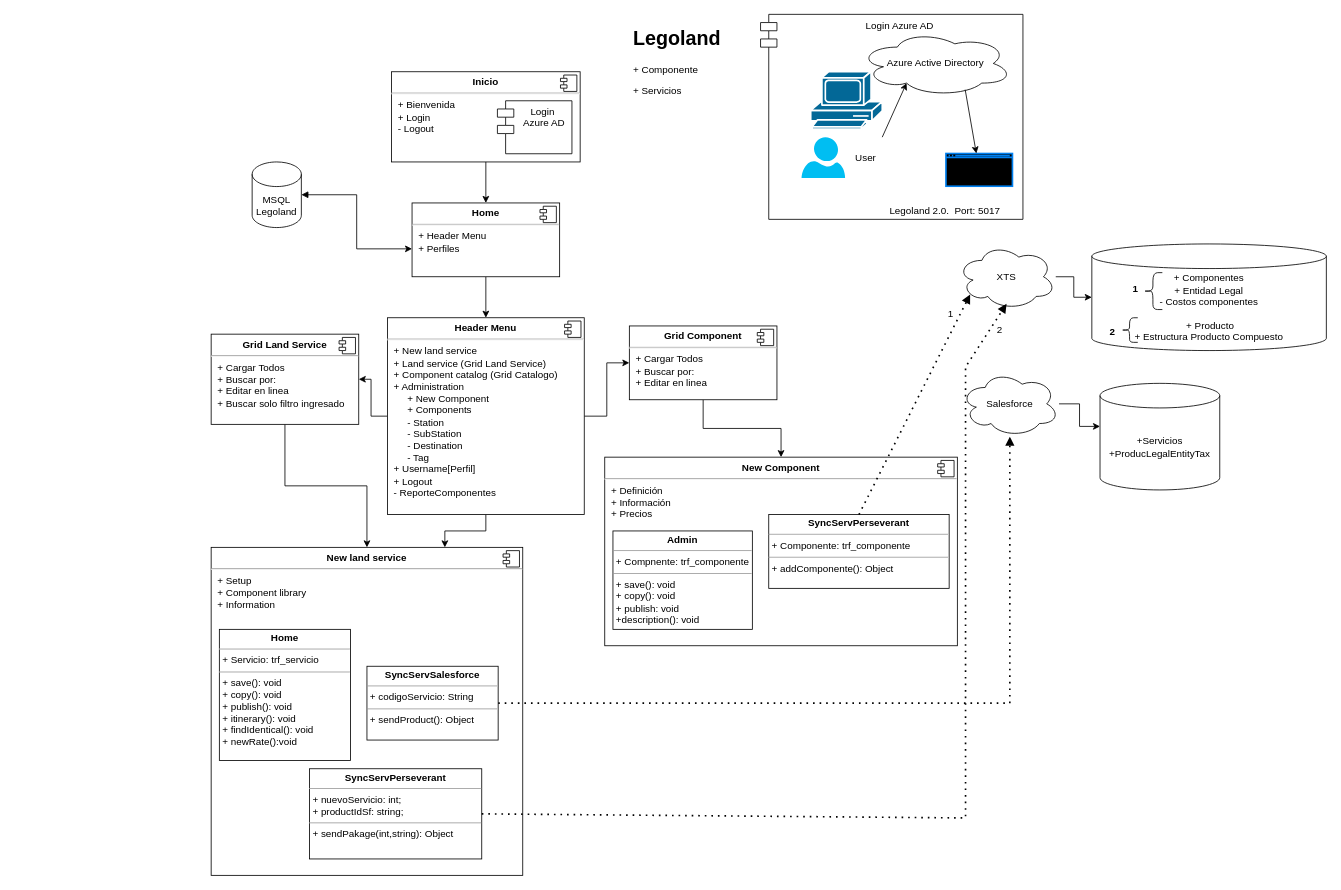
Earlier version of the draw.io diagram Legoland2.drawio (TecladoZurdo/UML). Source tidied: cells renumbered, new cells numbered last; positions are measured from the earlier drawing's top-left corner, leaving out a move shared by most shapes. Both pictures are drawn from the tidied source at 82%, with x=0, y=0 at pixel (211, 14).
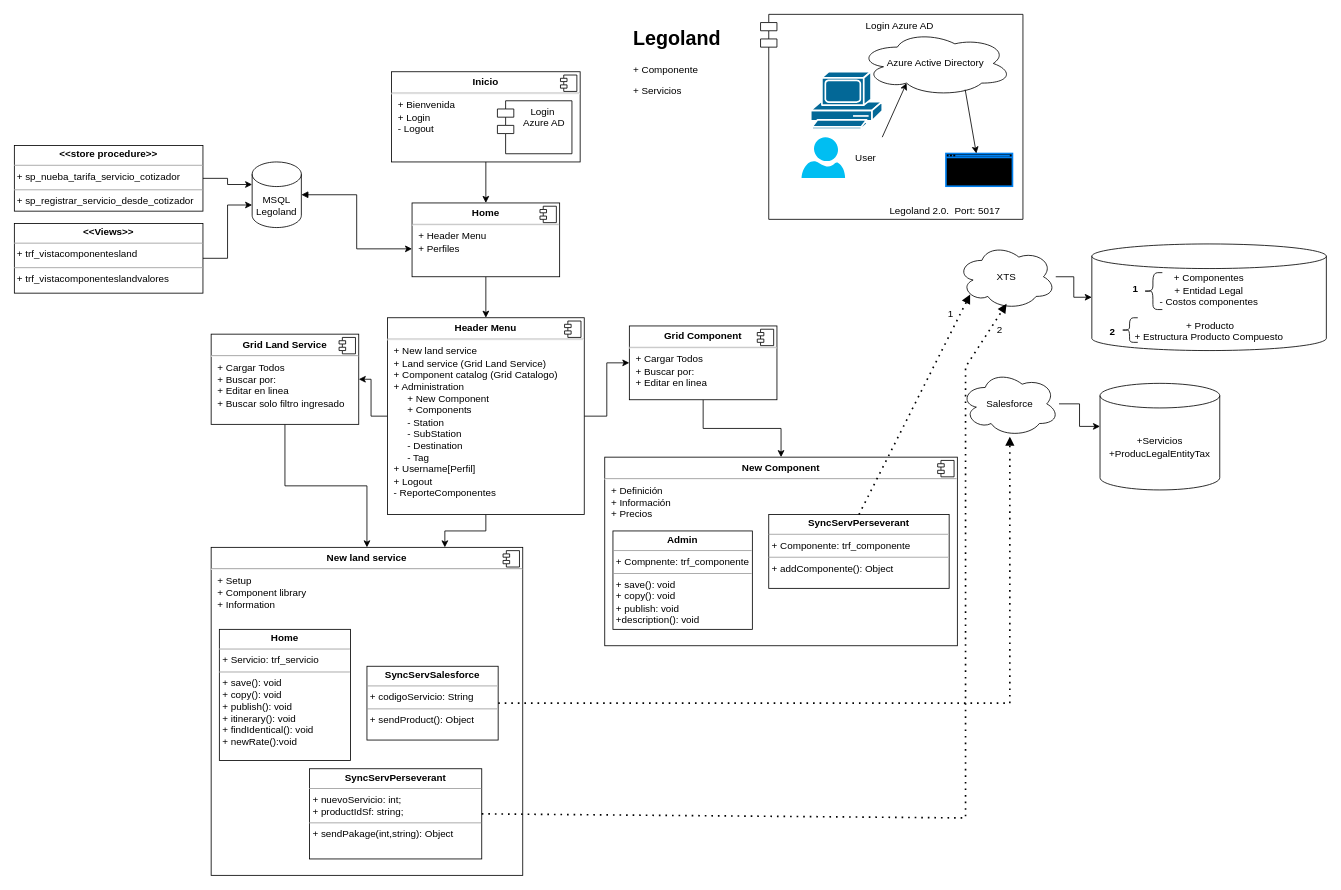
The same page after the edit.

The change refers to these unchanged cells:
```xml
<mxCell id="2" value="MSQL&lt;br&gt;Legoland" style="shape=cylinder3;whiteSpace=wrap;html=1;boundedLbl=1;backgroundOutline=1;size=15;" parent="1" vertex="1">
  <mxGeometry x="50" y="180" width="60" height="80" as="geometry" />
</mxCell>
```

What changed in the source:
```diff
@@
+    <mxCell id="60" value="&lt;p style=&quot;margin:0px;margin-top:4px;text-align:center;&quot;&gt;&lt;b&gt;&amp;lt;&amp;lt;store procedure&amp;gt;&amp;gt;&lt;/b&gt;&lt;/p&gt;&lt;hr size=&quot;1&quot;&gt;&amp;nbsp;+ sp_nueba_tarifa_servicio_cotizador&lt;div style=&quot;height:2px;&quot;&gt;&lt;/div&gt;&lt;hr size=&quot;1&quot;&gt;&lt;div style=&quot;height:2px;&quot;&gt;&amp;nbsp;+ sp_registrar_servicio_desde_cotizador&lt;/div&gt;" style="verticalAlign=top;align=left;overflow=fill;fontSize=12;fontFamily=Helvetica;html=1;whiteSpace=wrap;" parent="1" vertex="1">
+      <mxGeometry x="-240" y="160" width="230" height="80" as="geometry" />
+    </mxCell>
+    <mxCell id="61" style="edgeStyle=orthogonalEdgeStyle;rounded=0;jettySize=auto;html=1;entryX=0;entryY=0;entryDx=0;entryDy=27.5;entryPerimeter=0;" parent="1" edge="1" source="60" target="2">
+      <mxGeometry relative="1" as="geometry" />
+    </mxCell>
+    <mxCell id="62" value="&lt;p style=&quot;margin:0px;margin-top:4px;text-align:center;&quot;&gt;&lt;b&gt;&amp;lt;&amp;lt;Views&amp;gt;&amp;gt;&lt;/b&gt;&lt;/p&gt;&lt;hr size=&quot;1&quot;&gt;&amp;nbsp;+ trf_vistacomponentesland&lt;div style=&quot;height:2px;&quot;&gt;&lt;/div&gt;&lt;hr size=&quot;1&quot;&gt;&lt;div style=&quot;height:2px;&quot;&gt;&amp;nbsp;+ trf_vistacomponenteslandvalores&lt;/div&gt;" style="verticalAlign=top;align=left;overflow=fill;fontSize=12;fontFamily=Helvetica;html=1;whiteSpace=wrap;" parent="1" vertex="1">
+      <mxGeometry x="-240" y="255" width="230" height="85" as="geometry" />
+    </mxCell>
+    <mxCell id="63" style="edgeStyle=orthogonalEdgeStyle;rounded=0;jettySize=auto;html=1;entryX=0;entryY=0;entryDx=0;entryDy=52.5;entryPerimeter=0;" parent="1" edge="1" source="62" target="2">
+      <mxGeometry relative="1" as="geometry" />
+    </mxCell>
```
